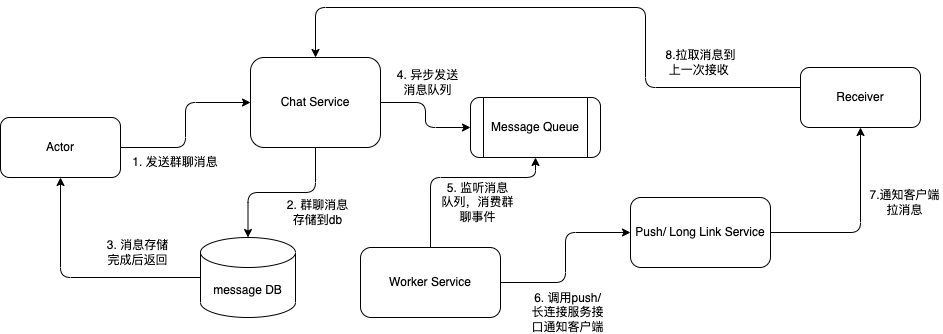
The draw.io diagram groupchat.drawio.png in anriclee/diagramStorage, before a commit. Source tidied: cells renumbered, new cells last; positions are measured from the earlier drawing's top-left corner, leaving out a move shared by most shapes.
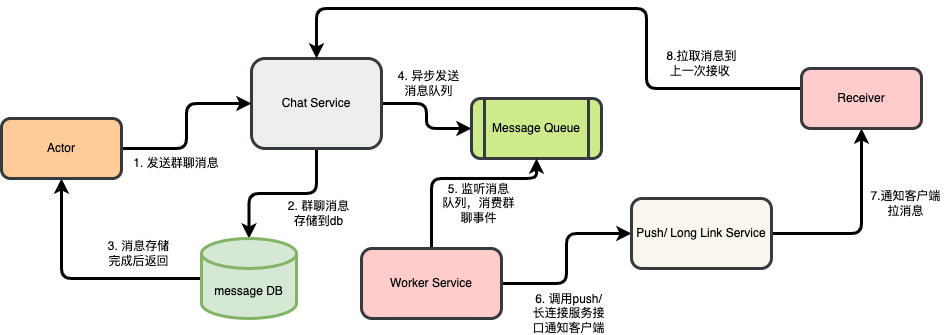
Later version of the same file.

What changed in the source:
```diff
@@ -2,25 +2,25 @@
   <root>
     <mxCell id="0" />
     <mxCell id="1" parent="0" />
-    <mxCell id="2" style="edgeStyle=orthogonalEdgeStyle;rounded=1;sketch=0;jettySize=auto;html=1;entryX=0.5;entryY=0;entryDx=0;entryDy=0;entryPerimeter=0;" parent="1" edge="1" source="4" target="6">
+    <mxCell id="2" style="edgeStyle=orthogonalEdgeStyle;rounded=1;sketch=0;jettySize=auto;html=1;entryX=0.5;entryY=0;entryDx=0;entryDy=0;entryPerimeter=0;strokeWidth=3;" parent="1" edge="1" source="4" target="6">
       <mxGeometry relative="1" as="geometry" />
     </mxCell>
-    <mxCell id="3" style="edgeStyle=orthogonalEdgeStyle;rounded=1;sketch=0;jettySize=auto;html=1;entryX=0;entryY=0.5;entryDx=0;entryDy=0;" parent="1" edge="1" source="4" target="7">
+    <mxCell id="3" style="edgeStyle=orthogonalEdgeStyle;rounded=1;sketch=0;jettySize=auto;html=1;entryX=0;entryY=0.5;entryDx=0;entryDy=0;strokeWidth=3;" parent="1" edge="1" source="4" target="7">
       <mxGeometry relative="1" as="geometry" />
     </mxCell>
-    <mxCell id="4" value="Chat Service" style="rounded=1;whiteSpace=wrap;html=1;" parent="1" vertex="1">
+    <mxCell id="4" value="Chat Service" style="rounded=1;whiteSpace=wrap;html=1;fillColor=#eeeeee;strokeColor=#36393d;strokeWidth=3;" parent="1" vertex="1">
       <mxGeometry x="250" y="50" width="130" height="90" as="geometry" />
     </mxCell>
-    <mxCell id="5" style="edgeStyle=orthogonalEdgeStyle;rounded=1;sketch=0;jettySize=auto;html=1;exitX=0;exitY=0.5;exitDx=0;exitDy=0;exitPerimeter=0;entryX=0.5;entryY=1;entryDx=0;entryDy=0;" parent="1" edge="1" source="6" target="16">
+    <mxCell id="5" style="edgeStyle=orthogonalEdgeStyle;rounded=1;sketch=0;jettySize=auto;html=1;exitX=0;exitY=0.5;exitDx=0;exitDy=0;exitPerimeter=0;entryX=0.5;entryY=1;entryDx=0;entryDy=0;strokeWidth=3;" parent="1" edge="1" source="6" target="16">
       <mxGeometry relative="1" as="geometry" />
     </mxCell>
-    <mxCell id="6" value="message DB" style="shape=cylinder3;whiteSpace=wrap;html=1;boundedLbl=1;backgroundOutline=1;size=15;rounded=1;" parent="1" vertex="1">
+    <mxCell id="6" value="message DB" style="shape=cylinder3;whiteSpace=wrap;html=1;boundedLbl=1;backgroundOutline=1;size=15;rounded=1;fillColor=#d5e8d4;strokeColor=#82b366;strokeWidth=3;" parent="1" vertex="1">
       <mxGeometry x="200" y="230" width="95" height="80" as="geometry" />
     </mxCell>
-    <mxCell id="7" value="Message Queue" style="shape=process;whiteSpace=wrap;html=1;backgroundOutline=1;rounded=1;" parent="1" vertex="1">
+    <mxCell id="7" value="Message Queue" style="shape=process;whiteSpace=wrap;html=1;backgroundOutline=1;rounded=1;fillColor=#cdeb8b;strokeColor=#36393d;strokeWidth=3;" parent="1" vertex="1">
       <mxGeometry x="470" y="90" width="130" height="60" as="geometry" />
     </mxCell>
-    <mxCell id="8" style="edgeStyle=orthogonalEdgeStyle;rounded=1;sketch=0;jettySize=auto;html=1;exitX=0.5;exitY=0;exitDx=0;exitDy=0;entryX=0.5;entryY=1;entryDx=0;entryDy=0;shadow=0;" parent="1" edge="1" source="10" target="7">
+    <mxCell id="8" style="edgeStyle=orthogonalEdgeStyle;rounded=1;sketch=0;jettySize=auto;html=1;exitX=0.5;exitY=0;exitDx=0;exitDy=0;entryX=0.5;entryY=1;entryDx=0;entryDy=0;shadow=0;strokeWidth=3;" parent="1" edge="1" source="10" target="7">
       <mxGeometry relative="1" as="geometry">
         <Array as="points">
           <mxPoint x="430" y="170" />
@@ -28,16 +28,16 @@
         </Array>
       </mxGeometry>
     </mxCell>
-    <mxCell id="9" style="edgeStyle=orthogonalEdgeStyle;rounded=1;sketch=0;jettySize=auto;html=1;entryX=0;entryY=0.5;entryDx=0;entryDy=0;shadow=0;" parent="1" edge="1" source="10" target="12">
+    <mxCell id="9" style="edgeStyle=orthogonalEdgeStyle;rounded=1;sketch=0;jettySize=auto;html=1;entryX=0;entryY=0.5;entryDx=0;entryDy=0;shadow=0;strokeWidth=3;" parent="1" edge="1" source="10" target="12">
       <mxGeometry relative="1" as="geometry" />
     </mxCell>
-    <mxCell id="10" value="Worker Service" style="rounded=1;whiteSpace=wrap;html=1;" parent="1" vertex="1">
+    <mxCell id="10" value="Worker Service" style="rounded=1;whiteSpace=wrap;html=1;fillColor=#ffcccc;strokeColor=#36393d;strokeWidth=3;" parent="1" vertex="1">
       <mxGeometry x="360" y="240" width="140" height="70" as="geometry" />
     </mxCell>
-    <mxCell id="11" style="edgeStyle=orthogonalEdgeStyle;rounded=1;sketch=0;jettySize=auto;html=1;entryX=0.5;entryY=1;entryDx=0;entryDy=0;shadow=0;" parent="1" edge="1" source="12" target="18">
+    <mxCell id="11" style="edgeStyle=orthogonalEdgeStyle;rounded=1;sketch=0;jettySize=auto;html=1;entryX=0.5;entryY=1;entryDx=0;entryDy=0;shadow=0;strokeWidth=3;" parent="1" edge="1" source="12" target="18">
       <mxGeometry relative="1" as="geometry" />
     </mxCell>
-    <mxCell id="12" value="Push/ Long Link Service" style="rounded=1;whiteSpace=wrap;html=1;" parent="1" vertex="1">
+    <mxCell id="12" value="Push/ Long Link Service" style="rounded=1;whiteSpace=wrap;html=1;fillColor=#f9f7ed;strokeColor=#36393d;strokeWidth=3;" parent="1" vertex="1">
       <mxGeometry x="630" y="190" width="140" height="70" as="geometry" />
     </mxCell>
     <mxCell id="13" value="1. 发送群聊消息" style="text;html=1;strokeColor=none;fillColor=none;align=center;verticalAlign=middle;whiteSpace=wrap;rounded=1;" parent="1" vertex="1">
@@ -46,13 +46,13 @@
     <mxCell id="14" value="2. 群聊消息存储到db" style="text;html=1;strokeColor=none;fillColor=none;align=center;verticalAlign=middle;whiteSpace=wrap;rounded=1;" parent="1" vertex="1">
       <mxGeometry x="280" y="190" width="75" height="30" as="geometry" />
     </mxCell>
-    <mxCell id="15" style="edgeStyle=orthogonalEdgeStyle;rounded=1;sketch=0;jettySize=auto;html=1;entryX=0;entryY=0.5;entryDx=0;entryDy=0;" parent="1" edge="1" source="16" target="4">
+    <mxCell id="15" style="edgeStyle=orthogonalEdgeStyle;rounded=1;sketch=0;jettySize=auto;html=1;entryX=0;entryY=0.5;entryDx=0;entryDy=0;strokeWidth=3;" parent="1" edge="1" source="16" target="4">
       <mxGeometry relative="1" as="geometry" />
     </mxCell>
-    <mxCell id="16" value="Actor" style="rounded=1;whiteSpace=wrap;html=1;sketch=0;" parent="1" vertex="1">
+    <mxCell id="16" value="Actor" style="rounded=1;whiteSpace=wrap;html=1;sketch=0;fillColor=#ffcc99;strokeColor=#36393d;strokeWidth=3;" parent="1" vertex="1">
       <mxGeometry y="110" width="120" height="60" as="geometry" />
     </mxCell>
-    <mxCell id="17" style="edgeStyle=orthogonalEdgeStyle;rounded=1;sketch=0;jettySize=auto;html=1;entryX=0.5;entryY=0;entryDx=0;entryDy=0;" parent="1" edge="1" source="18" target="4">
+    <mxCell id="17" style="edgeStyle=orthogonalEdgeStyle;rounded=1;sketch=0;jettySize=auto;html=1;entryX=0.5;entryY=0;entryDx=0;entryDy=0;strokeWidth=3;" parent="1" edge="1" source="18" target="4">
       <mxGeometry relative="1" as="geometry">
         <Array as="points">
           <mxPoint x="645" y="80" />
@@ -61,7 +61,7 @@
         </Array>
       </mxGeometry>
     </mxCell>
-    <mxCell id="18" value="Receiver" style="rounded=1;whiteSpace=wrap;html=1;sketch=0;" parent="1" vertex="1">
+    <mxCell id="18" value="Receiver" style="rounded=1;whiteSpace=wrap;html=1;sketch=0;fillColor=#ffcccc;strokeColor=#36393d;strokeWidth=3;" parent="1" vertex="1">
       <mxGeometry x="800" y="60" width="120" height="60" as="geometry" />
     </mxCell>
     <mxCell id="19" value="3. 消息存储完成后返回" style="text;html=1;strokeColor=none;fillColor=none;align=center;verticalAlign=middle;whiteSpace=wrap;rounded=1;" parent="1" vertex="1">
```
